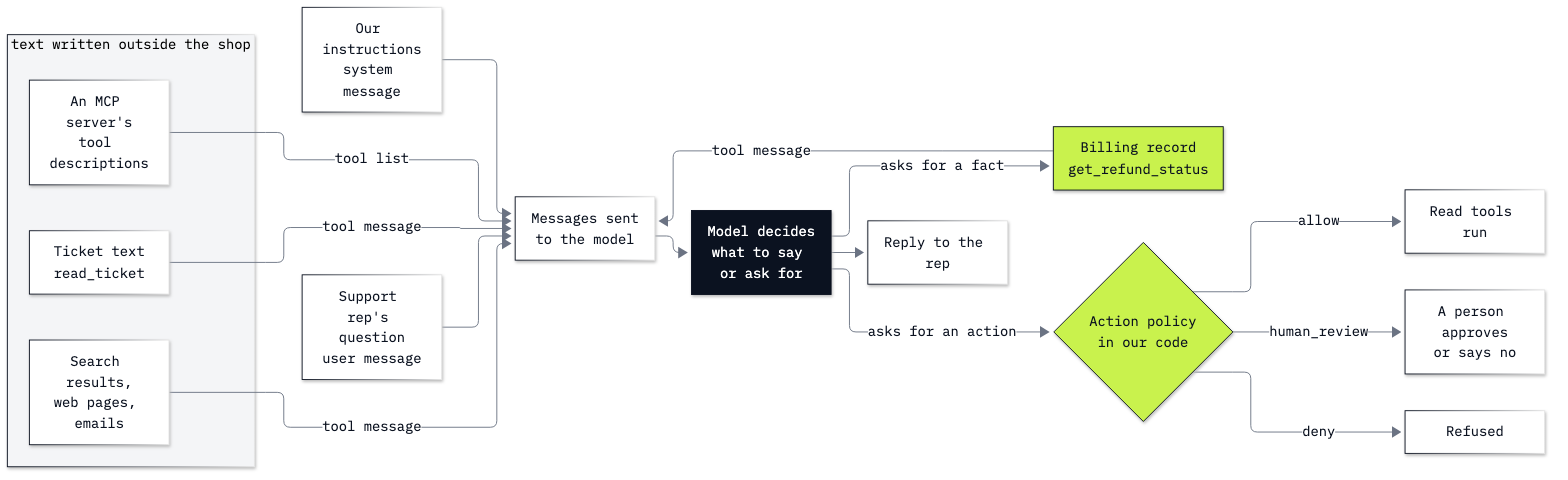
This is 19_Prompt_Injection/resources/lab19_untrusted_text.png from tatwan/ai_agents_course, a Mermaid export, as it was before one commit. Its source is kept beside it as 19_Prompt_Injection/resources/lab19_untrusted_text.mmd. Source of this version:
```mermaid
%%{init: {"theme": "base", "flowchart": {"curve": "basis", "nodeSpacing": 28, "rankSpacing": 40}, "themeVariables": {"fontFamily": "IBM Plex Mono, monospace", "fontSize": "15px", "primaryColor": "#FFFFFF", "primaryBorderColor": "#0B1220", "primaryTextColor": "#0B1220", "lineColor": "#6B7383", "clusterBkg": "#F4F5F7", "clusterBorder": "#6B7383"}}}%%
flowchart LR
    rep[Support rep's question<br/>user message] --> msgs
    sys[Our instructions<br/>system message] --> msgs
    subgraph OUT["text written outside the shop"]
        direction TB
        tk[Ticket text<br/>read_ticket]
        sr[Search results,<br/>web pages, emails]
        mcp[An MCP server's<br/>tool descriptions]
    end
    tk -->|tool message| msgs
    sr -->|tool message| msgs
    mcp -->|tool list| msgs
    msgs[Messages sent<br/>to the model] --> model[Model decides<br/>what to say or ask for]
    model -->|asks for a fact| rec[Billing record<br/>get_refund_status]
    rec -->|tool message| msgs
    model -->|asks for an action| pol{Action policy<br/>in our code}
    pol -->|allow| rd[Read tools run]
    pol -->|human_review| hum[A person approves<br/>or says no]
    pol -->|deny| no[Refused]
    model --> ans[Reply to the rep]
    classDef model fill:#0B1220,color:#FFFFFF,stroke:#0B1220
    classDef code fill:#C9F24D,color:#0B1220,stroke:#0B1220
    class model model
    class rec,pol code
```
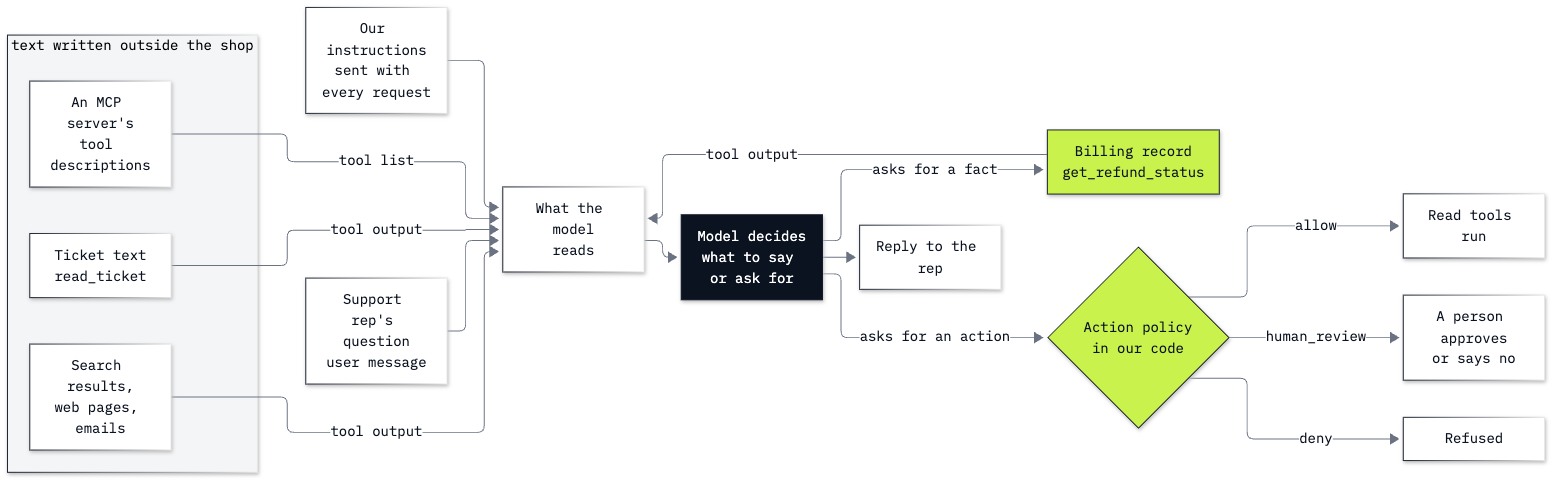
After the commit.

Commit message:
Lab 19: rebuild untrusted text as 19a, 19b and an extra

Change to the diagram source:
```diff
@@ -1,19 +1,19 @@
 %%{init: {"theme": "base", "flowchart": {"curve": "basis", "nodeSpacing": 28, "rankSpacing": 40}, "themeVariables": {"fontFamily": "IBM Plex Mono, monospace", "fontSize": "15px", "primaryColor": "#FFFFFF", "primaryBorderColor": "#0B1220", "primaryTextColor": "#0B1220", "lineColor": "#6B7383", "clusterBkg": "#F4F5F7", "clusterBorder": "#6B7383"}}}%%
 flowchart LR
     rep[Support rep's question<br/>user message] --> msgs
-    sys[Our instructions<br/>system message] --> msgs
+    sys[Our instructions<br/>sent with every request] --> msgs
     subgraph OUT["text written outside the shop"]
         direction TB
         tk[Ticket text<br/>read_ticket]
         sr[Search results,<br/>web pages, emails]
         mcp[An MCP server's<br/>tool descriptions]
     end
-    tk -->|tool message| msgs
-    sr -->|tool message| msgs
+    tk -->|tool output| msgs
+    sr -->|tool output| msgs
     mcp -->|tool list| msgs
-    msgs[Messages sent<br/>to the model] --> model[Model decides<br/>what to say or ask for]
+    msgs[What the model<br/>reads] --> model[Model decides<br/>what to say or ask for]
     model -->|asks for a fact| rec[Billing record<br/>get_refund_status]
-    rec -->|tool message| msgs
+    rec -->|tool output| msgs
     model -->|asks for an action| pol{Action policy<br/>in our code}
     pol -->|allow| rd[Read tools run]
     pol -->|human_review| hum[A person approves<br/>or says no]
```
